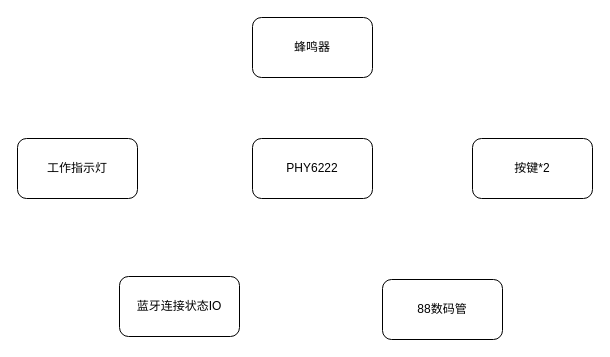
Earlier version of the draw.io diagram power_bank_hardware.drawio (JeffYec/Jeff). Source tidied: cells renumbered, new cells numbered last; positions are measured from the earlier drawing's top-left corner, leaving out a move shared by most shapes. Both pictures are drawn from the tidied source at 100%, with x=0, y=0 at pixel (17, 17).
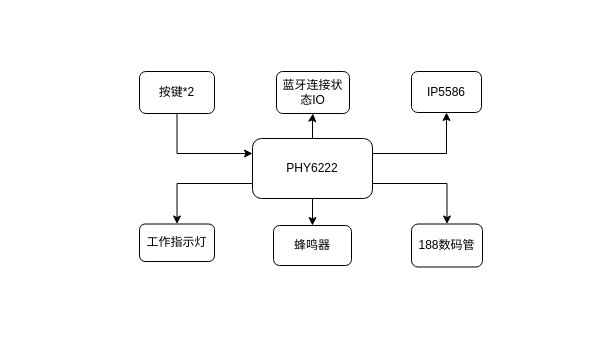
The same diagram, later.

Diff of the diagram source:
```diff
@@
 <mxGraphModel>
   <root>
     <mxCell id="0" />
     <mxCell id="1" parent="0" />
+    <mxCell id="8" style="edgeStyle=orthogonalEdgeStyle;rounded=0;jettySize=auto;html=1;" parent="1" edge="1" source="2" target="6">
+      <mxGeometry relative="1" as="geometry" />
+    </mxCell>
+    <mxCell id="9" style="edgeStyle=orthogonalEdgeStyle;rounded=0;jettySize=auto;html=1;" parent="1" edge="1" source="2" target="4">
+      <mxGeometry relative="1" as="geometry" />
+    </mxCell>
+    <mxCell id="10" style="edgeStyle=orthogonalEdgeStyle;rounded=0;jettySize=auto;html=1;exitX=1;exitY=0.25;exitDx=0;exitDy=0;entryX=0.5;entryY=1;entryDx=0;entryDy=0;" parent="1" edge="1" source="2" target="14">
+      <mxGeometry relative="1" as="geometry" />
+    </mxCell>
+    <mxCell id="11" style="edgeStyle=orthogonalEdgeStyle;rounded=0;jettySize=auto;html=1;exitX=1;exitY=0.75;exitDx=0;exitDy=0;" parent="1" edge="1" source="2" target="7">
+      <mxGeometry relative="1" as="geometry" />
+    </mxCell>
+    <mxCell id="12" style="edgeStyle=orthogonalEdgeStyle;rounded=0;jettySize=auto;html=1;exitX=0;exitY=0.75;exitDx=0;exitDy=0;" parent="1" edge="1" source="2" target="5">
+      <mxGeometry relative="1" as="geometry" />
+    </mxCell>
     <mxCell id="2" value="PHY6222" style="rounded=1;whiteSpace=wrap;html=1;" parent="1" vertex="1">
       <mxGeometry x="235" y="121" width="120" height="60" as="geometry" />
     </mxCell>
+    <mxCell id="13" style="edgeStyle=orthogonalEdgeStyle;rounded=0;jettySize=auto;html=1;exitX=0.5;exitY=1;exitDx=0;exitDy=0;entryX=0;entryY=0.25;entryDx=0;entryDy=0;" parent="1" edge="1" source="3" target="2">
+      <mxGeometry relative="1" as="geometry" />
+    </mxCell>
     <mxCell id="3" value="按键*2" style="rounded=1;whiteSpace=wrap;html=1;" parent="1" vertex="1">
-      <mxGeometry x="455" y="121" width="120" height="60" as="geometry" />
+      <mxGeometry x="122" y="54" width="75" height="42" as="geometry" />
     </mxCell>
     <mxCell id="4" value="蜂鸣器" style="rounded=1;whiteSpace=wrap;html=1;" parent="1" vertex="1">
-      <mxGeometry x="235" width="120" height="60" as="geometry" />
+      <mxGeometry x="256" y="208" width="78" height="40" as="geometry" />
     </mxCell>
     <mxCell id="5" value="工作指示灯" style="rounded=1;whiteSpace=wrap;html=1;" parent="1" vertex="1">
-      <mxGeometry y="121" width="120" height="60" as="geometry" />
+      <mxGeometry x="122" y="206.5" width="75" height="37.5" as="geometry" />
     </mxCell>
     <mxCell id="6" value="蓝牙连接状态IO" style="rounded=1;whiteSpace=wrap;html=1;" parent="1" vertex="1">
-      <mxGeometry x="102" y="259" width="120" height="60" as="geometry" />
+      <mxGeometry x="259" y="54" width="73" height="42" as="geometry" />
     </mxCell>
-    <mxCell id="7" value="88数码管" style="rounded=1;whiteSpace=wrap;html=1;" parent="1" vertex="1">
-      <mxGeometry x="365" y="262" width="120" height="60" as="geometry" />
+    <mxCell id="7" value="188数码管" style="rounded=1;whiteSpace=wrap;html=1;" parent="1" vertex="1">
+      <mxGeometry x="394" y="206.5" width="71" height="43" as="geometry" />
     </mxCell>
+    <mxCell id="14" value="IP5586" style="rounded=1;whiteSpace=wrap;html=1;" parent="1" vertex="1">
+      <mxGeometry x="394" y="54" width="70" height="41" as="geometry" />
+    </mxCell>
   </root>
 </mxGraphModel>
```
